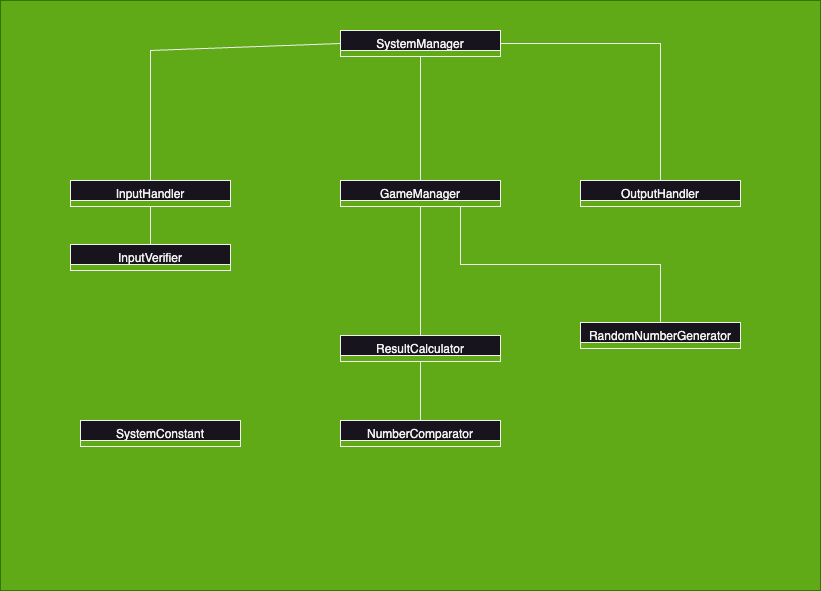
The draw.io diagram docs/images/클래스다이어그램v1.png in woowacourse-precourse/java-baseball-6, before a commit. Source tidied: cells renumbered, new cells last; positions are measured from the earlier drawing's top-left corner, leaving out a move shared by most shapes.
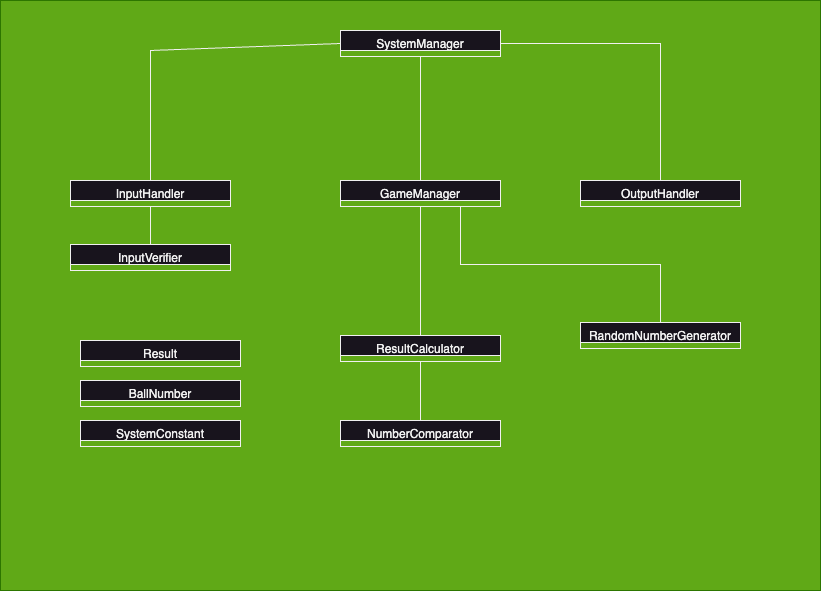
After the commit.

Commit message:
docs(README): 클래스 다이어그램 수정

Change to the diagram source:
```diff
@@ -57,5 +57,11 @@
     <mxCell id="18" value="GameManager" style="swimlane;fontStyle=0;align=center;verticalAlign=top;horizontal=1;startSize=20;rounded=0;shadow=0;strokeWidth=1;" parent="1" vertex="1" collapsed="1">
       <mxGeometry x="340" y="180" width="160" height="26" as="geometry" />
     </mxCell>
+    <mxCell id="19" value="BallNumber" style="swimlane;fontStyle=0;align=center;verticalAlign=top;horizontal=1;startSize=20;rounded=0;shadow=0;strokeWidth=1;" parent="1" vertex="1" collapsed="1">
+      <mxGeometry x="80" y="380" width="160" height="26" as="geometry" />
+    </mxCell>
+    <mxCell id="20" value="Result" style="swimlane;fontStyle=0;align=center;verticalAlign=top;horizontal=1;startSize=20;rounded=0;shadow=0;strokeWidth=1;" parent="1" vertex="1" collapsed="1">
+      <mxGeometry x="80" y="340" width="160" height="26" as="geometry" />
+    </mxCell>
   </root>
 </mxGraphModel>
```
